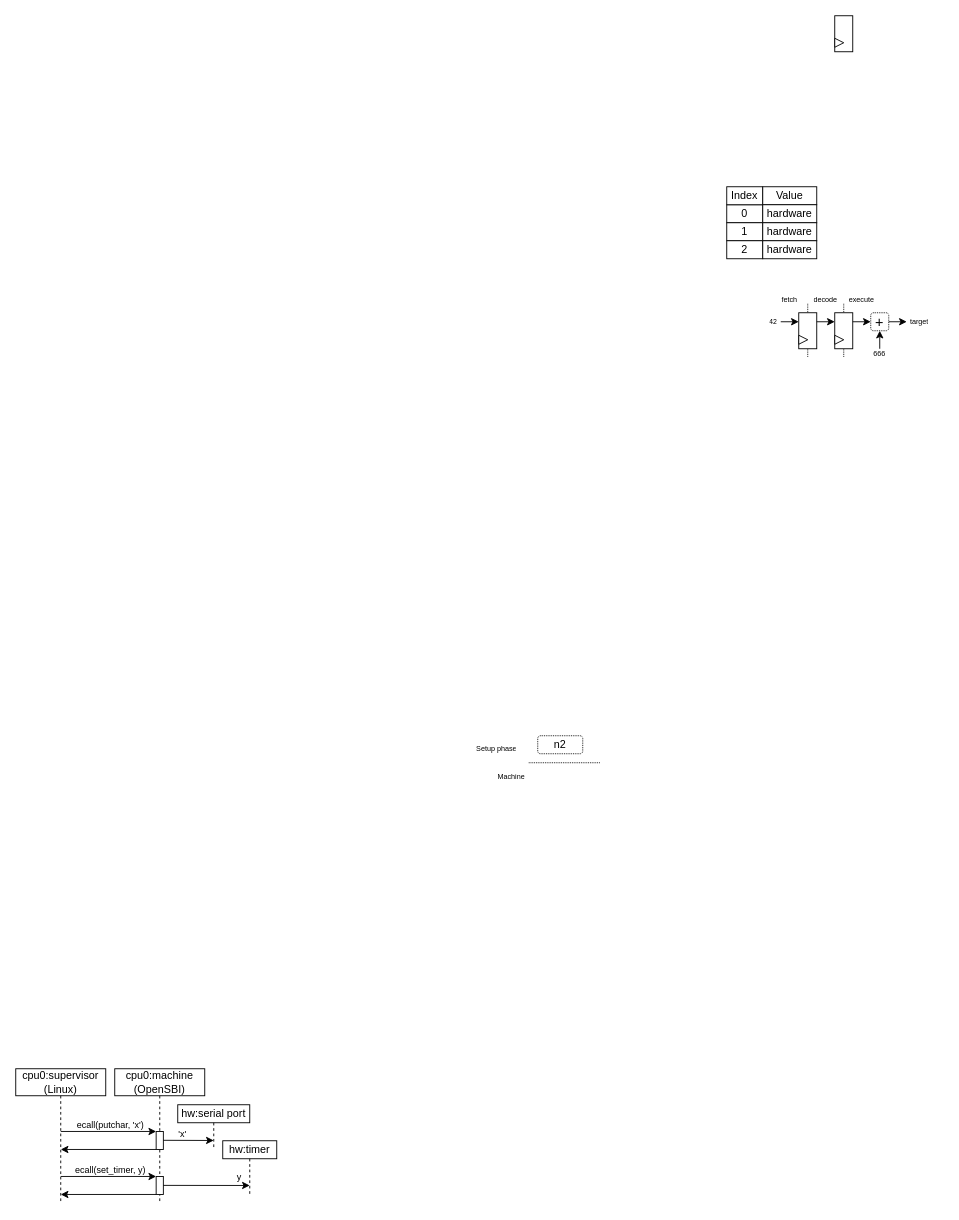
Before: page "Page-4" (4 of 4) of asset/diagram.drawio in SpinalHDL/SpinalDoc, a draw.io diagram. Source tidied: cells renumbered, new cells numbered last; positions are measured from the earlier drawing's top-left corner, leaving out a move shared by most shapes. Both pictures are drawn from the tidied source at 90%, with x=0, y=0 at pixel (15, 15).
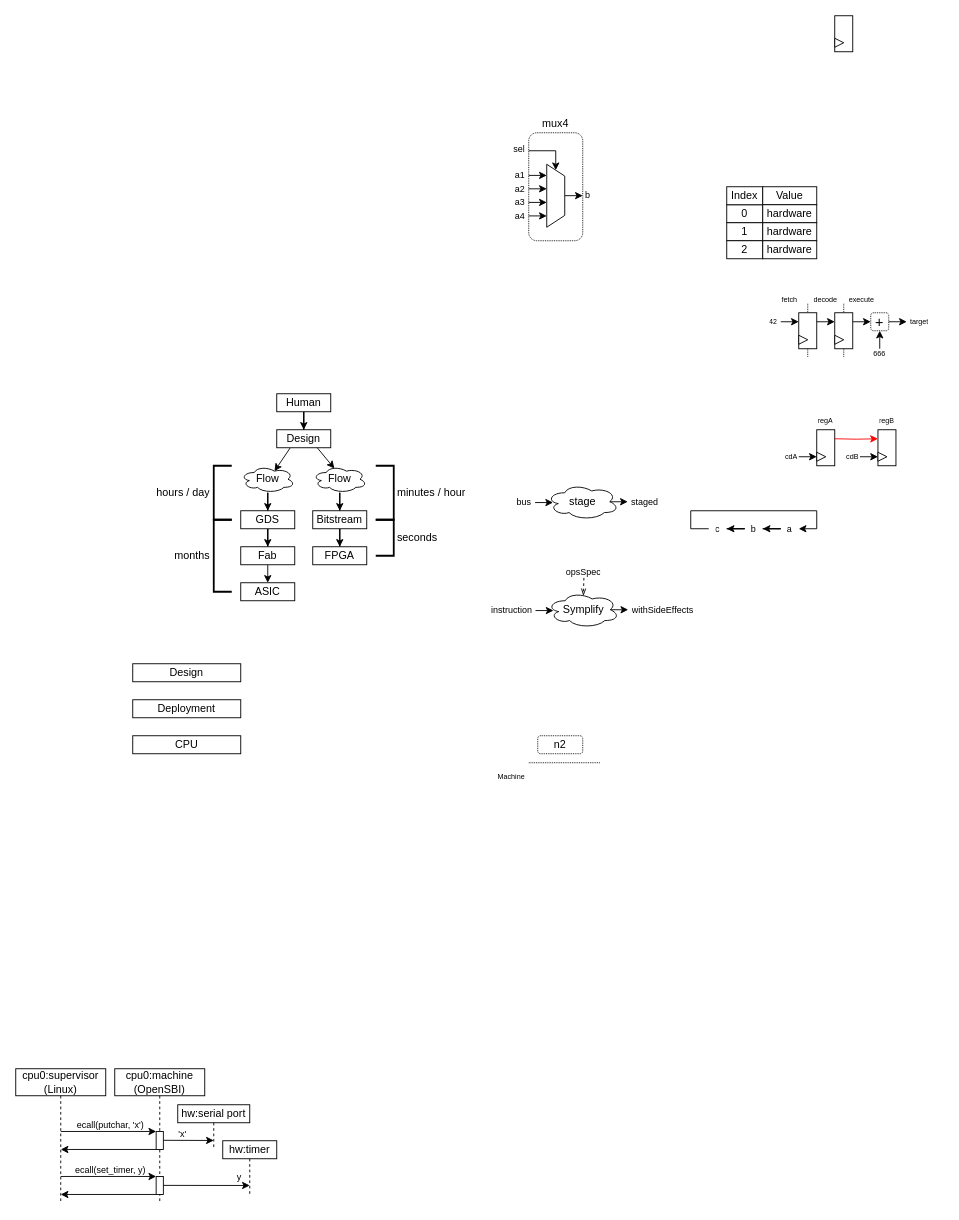
The same diagram, later.

Change to the diagram source:
```diff
@@
+    <mxCell id="53" style="rounded=1;whiteSpace=wrap;html=1;fontSize=8;strokeWidth=1;dashed=1;dashPattern=1 1;verticalAlign=middle;flipH=0;" parent="1" vertex="1">
+      <mxGeometry x="570" y="130" width="60" height="120" as="geometry" />
+    </mxCell>
@@
-    <mxCell id="4" value="Setup phase" style="text;strokeColor=none;fillColor=none;align=right;verticalAlign=middle;spacingLeft=4;spacingRight=4;overflow=hidden;dashed=1;html=1;fontSize=8;spacing=0;" parent="1" vertex="1">
-      <mxGeometry x="510" y="810" width="50" height="10" as="geometry" />
+    <mxCell id="4" value="hours / day" style="text;strokeColor=none;fillColor=none;align=right;verticalAlign=middle;spacingLeft=4;spacingRight=4;overflow=hidden;dashed=1;html=1;fontSize=12;spacing=0;" parent="1" vertex="1">
+      <mxGeometry x="140" y="520" width="80" height="20" as="geometry" />
     </mxCell>
@@
+    <mxCell id="54" style="verticalLabelPosition=middle;verticalAlign=middle;html=1;shape=trapezoid;perimeter=trapezoidPerimeter;whiteSpace=wrap;size=0.18750000000000006;arcSize=10;flipV=1;labelPosition=center;align=center;fontSize=8;rotation=-90;" parent="1" vertex="1">
+      <mxGeometry x="565" y="190" width="70" height="20" as="geometry" />
+    </mxCell>
+    <mxCell id="55" style="rounded=0;orthogonalLoop=1;jettySize=auto;html=1;" parent="1" edge="1">
+      <mxGeometry relative="1" as="geometry">
+        <mxPoint x="570" y="222.4" as="sourcePoint" />
+        <mxPoint x="590" y="222.4" as="targetPoint" />
+      </mxGeometry>
+    </mxCell>
+    <mxCell id="56" style="rounded=0;orthogonalLoop=1;jettySize=auto;html=1;" parent="1" edge="1">
+      <mxGeometry relative="1" as="geometry">
+        <mxPoint x="570" y="192.3" as="sourcePoint" />
+        <mxPoint x="590" y="192.3" as="targetPoint" />
+      </mxGeometry>
+    </mxCell>
+    <mxCell id="57" style="rounded=0;orthogonalLoop=1;jettySize=auto;html=1;" parent="1" edge="1">
+      <mxGeometry relative="1" as="geometry">
+        <mxPoint x="570" y="207.4" as="sourcePoint" />
+        <mxPoint x="590" y="207.4" as="targetPoint" />
+      </mxGeometry>
+    </mxCell>
+    <mxCell id="58" style="rounded=0;orthogonalLoop=1;jettySize=auto;html=1;" parent="1" edge="1">
+      <mxGeometry relative="1" as="geometry">
+        <mxPoint x="570" y="177.4" as="sourcePoint" />
+        <mxPoint x="590" y="177.4" as="targetPoint" />
+      </mxGeometry>
+    </mxCell>
+    <mxCell id="59" style="rounded=0;orthogonalLoop=1;jettySize=auto;html=1;" parent="1" edge="1">
+      <mxGeometry relative="1" as="geometry">
+        <mxPoint x="610" y="199.9" as="sourcePoint" />
+        <mxPoint x="630" y="199.9" as="targetPoint" />
+      </mxGeometry>
+    </mxCell>
+    <mxCell id="60" value="b" style="text;strokeColor=none;fillColor=none;align=left;verticalAlign=middle;spacingLeft=4;spacingRight=4;overflow=hidden;dashed=1;html=1;fontSize=10;spacing=0;" parent="1" vertex="1">
+      <mxGeometry x="629" y="191" width="40" height="15" as="geometry" />
+    </mxCell>
+    <mxCell id="61" value="a1" style="text;strokeColor=none;fillColor=none;align=right;verticalAlign=middle;spacingLeft=4;spacingRight=4;overflow=hidden;dashed=1;html=1;fontSize=10;spacing=0;" parent="1" vertex="1">
+      <mxGeometry x="530" y="169" width="40" height="15" as="geometry" />
+    </mxCell>
+    <mxCell id="62" value="a2" style="text;strokeColor=none;fillColor=none;align=right;verticalAlign=middle;spacingLeft=4;spacingRight=4;overflow=hidden;dashed=1;html=1;fontSize=10;spacing=0;" parent="1" vertex="1">
+      <mxGeometry x="530" y="184" width="40" height="15" as="geometry" />
+    </mxCell>
+    <mxCell id="63" value="a3" style="text;strokeColor=none;fillColor=none;align=right;verticalAlign=middle;spacingLeft=4;spacingRight=4;overflow=hidden;dashed=1;html=1;fontSize=10;spacing=0;" parent="1" vertex="1">
+      <mxGeometry x="530" y="199" width="40" height="15" as="geometry" />
+    </mxCell>
+    <mxCell id="64" value="a4" style="text;strokeColor=none;fillColor=none;align=right;verticalAlign=middle;spacingLeft=4;spacingRight=4;overflow=hidden;dashed=1;html=1;fontSize=10;spacing=0;" parent="1" vertex="1">
+      <mxGeometry x="530" y="214" width="40" height="15" as="geometry" />
+    </mxCell>
+    <mxCell id="65" style="rounded=0;jettySize=auto;html=1;entryX=1;entryY=0.5;entryDx=0;entryDy=0;edgeStyle=orthogonalEdgeStyle;" parent="1" edge="1" target="54">
+      <mxGeometry relative="1" as="geometry">
+        <mxPoint x="570" y="150" as="sourcePoint" />
+        <Array as="points">
+          <mxPoint x="570" y="150" />
+          <mxPoint x="600" y="150" />
+        </Array>
+      </mxGeometry>
+    </mxCell>
+    <mxCell id="66" value="sel" style="text;strokeColor=none;fillColor=none;align=right;verticalAlign=middle;spacingLeft=4;spacingRight=4;overflow=hidden;dashed=1;html=1;fontSize=10;spacing=0;" parent="1" vertex="1">
+      <mxGeometry x="530" y="140" width="40" height="15" as="geometry" />
+    </mxCell>
+    <mxCell id="67" value="mux4" style="text;strokeColor=none;fillColor=none;align=center;verticalAlign=middle;spacingLeft=4;spacingRight=4;overflow=hidden;dashed=1;html=1;fontSize=12;spacing=0;" parent="1" vertex="1">
+      <mxGeometry x="570" y="110" width="60" height="20" as="geometry" />
+    </mxCell>
+    <mxCell id="68" style="rounded=0;jettySize=auto;html=1;entryX=0.625;entryY=0.2;entryDx=0;entryDy=0;entryPerimeter=0;exitX=0.25;exitY=1;exitDx=0;exitDy=0;" parent="1" edge="1" source="69" target="77">
+      <mxGeometry relative="1" as="geometry" />
+    </mxCell>
+    <mxCell id="69" value="&lt;font style=&quot;font-size: 12px&quot;&gt;Design&lt;/font&gt;" style="rounded=0;whiteSpace=wrap;html=1;fontSize=8;" parent="1" vertex="1">
+      <mxGeometry x="290" y="460" width="60" height="20" as="geometry" />
+    </mxCell>
+    <mxCell id="70" style="edgeStyle=orthogonalEdgeStyle;rounded=0;jettySize=auto;html=1;entryX=0.5;entryY=0;entryDx=0;entryDy=0;" parent="1" edge="1" source="71" target="69">
+      <mxGeometry relative="1" as="geometry" />
+    </mxCell>
+    <mxCell id="71" value="&lt;font style=&quot;font-size: 12px&quot;&gt;Human&lt;/font&gt;" style="rounded=0;whiteSpace=wrap;html=1;fontSize=8;" parent="1" vertex="1">
+      <mxGeometry x="290" y="420" width="60" height="20" as="geometry" />
+    </mxCell>
+    <mxCell id="72" style="edgeStyle=orthogonalEdgeStyle;rounded=0;jettySize=auto;html=1;entryX=0.5;entryY=0;entryDx=0;entryDy=0;" parent="1" edge="1" source="73" target="82">
+      <mxGeometry relative="1" as="geometry" />
+    </mxCell>
+    <mxCell id="73" value="&lt;font style=&quot;font-size: 12px&quot;&gt;GDS&lt;/font&gt;" style="rounded=0;whiteSpace=wrap;html=1;fontSize=8;" parent="1" vertex="1">
+      <mxGeometry x="250" y="550" width="60" height="20" as="geometry" />
+    </mxCell>
+    <mxCell id="74" style="edgeStyle=orthogonalEdgeStyle;rounded=0;jettySize=auto;html=1;entryX=0.5;entryY=0;entryDx=0;entryDy=0;" parent="1" edge="1" source="75" target="84">
+      <mxGeometry relative="1" as="geometry" />
+    </mxCell>
+    <mxCell id="75" value="&lt;font style=&quot;font-size: 12px&quot;&gt;Bitstream&lt;/font&gt;" style="rounded=0;whiteSpace=wrap;html=1;fontSize=8;" parent="1" vertex="1">
+      <mxGeometry x="330" y="550" width="60" height="20" as="geometry" />
+    </mxCell>
+    <mxCell id="76" style="edgeStyle=orthogonalEdgeStyle;rounded=0;jettySize=auto;html=1;entryX=0.5;entryY=0;entryDx=0;entryDy=0;" parent="1" edge="1" source="77" target="73">
+      <mxGeometry relative="1" as="geometry" />
+    </mxCell>
+    <mxCell id="77" value="Flow" style="ellipse;shape=cloud;whiteSpace=wrap;html=1;" parent="1" vertex="1">
+      <mxGeometry x="250" y="500" width="60" height="30" as="geometry" />
+    </mxCell>
+    <mxCell id="78" style="edgeStyle=orthogonalEdgeStyle;rounded=0;jettySize=auto;html=1;entryX=0.5;entryY=0;entryDx=0;entryDy=0;" parent="1" edge="1" source="79" target="75">
+      <mxGeometry relative="1" as="geometry" />
+    </mxCell>
+    <mxCell id="79" value="Flow" style="ellipse;shape=cloud;whiteSpace=wrap;html=1;" parent="1" vertex="1">
+      <mxGeometry x="330" y="500" width="60" height="30" as="geometry" />
+    </mxCell>
+    <mxCell id="80" style="rounded=0;jettySize=auto;html=1;entryX=0.4;entryY=0.1;entryDx=0;entryDy=0;entryPerimeter=0;exitX=0.75;exitY=1;exitDx=0;exitDy=0;" parent="1" edge="1" source="69" target="79">
+      <mxGeometry relative="1" as="geometry" />
+    </mxCell>
+    <mxCell id="81" style="edgeStyle=orthogonalEdgeStyle;rounded=0;jettySize=auto;html=1;" parent="1" edge="1" source="82">
+      <mxGeometry relative="1" as="geometry">
+        <mxPoint x="280" y="630" as="targetPoint" />
+      </mxGeometry>
+    </mxCell>
+    <mxCell id="82" value="&lt;font style=&quot;font-size: 12px&quot;&gt;Fab&lt;/font&gt;" style="rounded=0;whiteSpace=wrap;html=1;fontSize=8;" parent="1" vertex="1">
+      <mxGeometry x="250" y="590" width="60" height="20" as="geometry" />
+    </mxCell>
+    <mxCell id="83" value="&lt;font style=&quot;font-size: 12px&quot;&gt;ASIC&lt;/font&gt;" style="rounded=0;whiteSpace=wrap;html=1;fontSize=8;" parent="1" vertex="1">
+      <mxGeometry x="250" y="630" width="60" height="20" as="geometry" />
+    </mxCell>
+    <mxCell id="84" value="&lt;font style=&quot;font-size: 12px&quot;&gt;FPGA&lt;/font&gt;" style="rounded=0;whiteSpace=wrap;html=1;fontSize=8;" parent="1" vertex="1">
+      <mxGeometry x="330" y="590" width="60" height="20" as="geometry" />
+    </mxCell>
+    <mxCell id="85" style="strokeWidth=2;html=1;shape=mxgraph.flowchart.annotation_1;align=left;" parent="1" vertex="1">
+      <mxGeometry x="220" y="500" width="20" height="60" as="geometry" />
+    </mxCell>
+    <mxCell id="86" style="strokeWidth=2;html=1;shape=mxgraph.flowchart.annotation_1;align=left;" parent="1" vertex="1">
+      <mxGeometry x="220" y="560" width="20" height="80" as="geometry" />
+    </mxCell>
+    <mxCell id="87" value="months" style="text;strokeColor=none;fillColor=none;align=right;verticalAlign=middle;spacingLeft=4;spacingRight=4;overflow=hidden;dashed=1;html=1;fontSize=12;spacing=0;" parent="1" vertex="1">
+      <mxGeometry x="140" y="590" width="80" height="20" as="geometry" />
+    </mxCell>
+    <mxCell id="88" style="strokeWidth=2;html=1;shape=mxgraph.flowchart.annotation_1;align=left;rotation=-180;" parent="1" vertex="1">
+      <mxGeometry x="400" y="500" width="20" height="60" as="geometry" />
+    </mxCell>
+    <mxCell id="89" value="minutes / hour" style="text;strokeColor=none;fillColor=none;align=left;verticalAlign=middle;spacingLeft=4;spacingRight=4;overflow=hidden;dashed=1;html=1;fontSize=12;spacing=0;" parent="1" vertex="1">
+      <mxGeometry x="420" y="520" width="90" height="20" as="geometry" />
+    </mxCell>
+    <mxCell id="90" style="strokeWidth=2;html=1;shape=mxgraph.flowchart.annotation_1;align=left;rotation=-180;" parent="1" vertex="1">
+      <mxGeometry x="400" y="560" width="20" height="40" as="geometry" />
+    </mxCell>
+    <mxCell id="91" value="seconds" style="text;strokeColor=none;fillColor=none;align=left;verticalAlign=middle;spacingLeft=4;spacingRight=4;overflow=hidden;dashed=1;html=1;fontSize=12;spacing=0;" parent="1" vertex="1">
+      <mxGeometry x="420" y="570" width="90" height="20" as="geometry" />
+    </mxCell>
+    <mxCell id="92" style="edgeStyle=orthogonalEdgeStyle;rounded=0;jettySize=auto;html=1;exitX=0.875;exitY=0.5;exitDx=0;exitDy=0;exitPerimeter=0;" parent="1" edge="1" source="93">
+      <mxGeometry relative="1" as="geometry">
+        <mxPoint x="680" y="540" as="targetPoint" />
+      </mxGeometry>
+    </mxCell>
+    <mxCell id="93" value="stage" style="ellipse;shape=cloud;whiteSpace=wrap;html=1;" parent="1" vertex="1">
+      <mxGeometry x="590" y="520" width="80" height="40" as="geometry" />
+    </mxCell>
+    <mxCell id="94" style="rounded=0;orthogonalLoop=1;jettySize=auto;html=1;" parent="1" edge="1">
+      <mxGeometry relative="1" as="geometry">
+        <mxPoint x="577" y="540.9" as="sourcePoint" />
+        <mxPoint x="597" y="540.9" as="targetPoint" />
+      </mxGeometry>
+    </mxCell>
+    <mxCell id="95" value="bus" style="text;strokeColor=none;fillColor=none;align=right;verticalAlign=middle;spacingLeft=4;spacingRight=4;overflow=hidden;dashed=1;html=1;fontSize=10;spacing=0;" parent="1" vertex="1">
+      <mxGeometry x="537" y="532.5" width="40" height="15" as="geometry" />
+    </mxCell>
+    <mxCell id="96" value="staged" style="text;strokeColor=none;fillColor=none;align=left;verticalAlign=middle;spacingLeft=4;spacingRight=4;overflow=hidden;dashed=1;html=1;fontSize=10;spacing=0;" parent="1" vertex="1">
+      <mxGeometry x="680" y="532.5" width="40" height="15" as="geometry" />
+    </mxCell>
+    <mxCell id="97" style="edgeStyle=orthogonalEdgeStyle;rounded=0;jettySize=auto;html=1;exitX=0.875;exitY=0.5;exitDx=0;exitDy=0;exitPerimeter=0;" parent="1" edge="1" source="98">
+      <mxGeometry relative="1" as="geometry">
+        <mxPoint x="680.5" y="660" as="targetPoint" />
+      </mxGeometry>
+    </mxCell>
+    <mxCell id="98" value="Symplify" style="ellipse;shape=cloud;whiteSpace=wrap;html=1;" parent="1" vertex="1">
+      <mxGeometry x="590.5" y="640" width="80" height="40" as="geometry" />
+    </mxCell>
+    <mxCell id="99" style="rounded=0;orthogonalLoop=1;jettySize=auto;html=1;" parent="1" edge="1">
+      <mxGeometry relative="1" as="geometry">
+        <mxPoint x="577.5" y="660.9" as="sourcePoint" />
+        <mxPoint x="597.5" y="660.9" as="targetPoint" />
+      </mxGeometry>
+    </mxCell>
+    <mxCell id="100" value="instruction" style="text;strokeColor=none;fillColor=none;align=right;verticalAlign=middle;spacingLeft=4;spacingRight=4;overflow=hidden;dashed=1;html=1;fontSize=10;spacing=0;" parent="1" vertex="1">
+      <mxGeometry x="500" y="652.5" width="77.5" height="15" as="geometry" />
+    </mxCell>
+    <mxCell id="101" value="withSideEffects" style="text;strokeColor=none;fillColor=none;align=left;verticalAlign=middle;spacingLeft=4;spacingRight=4;overflow=hidden;dashed=1;html=1;fontSize=10;spacing=0;" parent="1" vertex="1">
+      <mxGeometry x="680.5" y="652.5" width="80" height="15" as="geometry" />
+    </mxCell>
+    <mxCell id="102" value="opsSpec" style="text;strokeColor=none;fillColor=none;align=center;verticalAlign=middle;spacingLeft=4;spacingRight=4;overflow=hidden;points=[[0,0.5],[1,0.5]];portConstraint=eastwest;dashed=1;html=1;fontSize=10;spacing=0;" parent="1" vertex="1">
+      <mxGeometry x="600.5" y="610" width="60" height="15" as="geometry" />
+    </mxCell>
+    <mxCell id="103" style="edgeStyle=orthogonalEdgeStyle;rounded=0;jettySize=auto;html=1;exitX=0.513;exitY=0.971;exitDx=0;exitDy=0;exitPerimeter=0;entryX=0.503;entryY=0.113;entryDx=0;entryDy=0;entryPerimeter=0;dashed=1;endArrow=openThin;endFill=0;" parent="1" edge="1" source="102" target="98">
+      <mxGeometry relative="1" as="geometry" />
+    </mxCell>
+    <mxCell id="104" style="edgeStyle=orthogonalEdgeStyle;rounded=0;jettySize=auto;html=1;entryX=1;entryY=0.5;entryDx=0;entryDy=0;" parent="1" edge="1" source="105" target="107">
+      <mxGeometry relative="1" as="geometry" />
+    </mxCell>
+    <mxCell id="105" value="a" style="text;strokeColor=none;fillColor=none;align=center;verticalAlign=middle;spacingLeft=4;spacingRight=4;overflow=hidden;points=[[0,0.5],[1,0.5]];portConstraint=eastwest;dashed=1;html=1;fontSize=10;spacing=0;" parent="1" vertex="1">
+      <mxGeometry x="850" y="560" width="20" height="20" as="geometry" />
+    </mxCell>
+    <mxCell id="106" style="edgeStyle=orthogonalEdgeStyle;rounded=0;jettySize=auto;html=1;entryX=1;entryY=0.5;entryDx=0;entryDy=0;" parent="1" edge="1" source="107" target="109">
+      <mxGeometry relative="1" as="geometry" />
+    </mxCell>
+    <mxCell id="107" value="b" style="text;strokeColor=none;fillColor=none;align=center;verticalAlign=middle;spacingLeft=4;spacingRight=4;overflow=hidden;points=[[0,0.5],[1,0.5]];portConstraint=eastwest;dashed=1;html=1;fontSize=10;spacing=0;" parent="1" vertex="1">
+      <mxGeometry x="810" y="560" width="20" height="20" as="geometry" />
+    </mxCell>
+    <mxCell id="108" style="edgeStyle=orthogonalEdgeStyle;rounded=0;jettySize=auto;html=1;entryX=1;entryY=0.5;entryDx=0;entryDy=0;" parent="1" edge="1" source="109" target="105">
+      <mxGeometry relative="1" as="geometry">
+        <Array as="points">
+          <mxPoint x="750" y="570" />
+          <mxPoint x="750" y="550" />
+          <mxPoint x="890" y="550" />
+          <mxPoint x="890" y="570" />
+        </Array>
+      </mxGeometry>
+    </mxCell>
+    <mxCell id="109" value="c" style="text;strokeColor=none;fillColor=none;align=center;verticalAlign=middle;spacingLeft=4;spacingRight=4;overflow=hidden;points=[[0,0.5],[1,0.5]];portConstraint=eastwest;dashed=1;html=1;fontSize=10;spacing=0;" parent="1" vertex="1">
+      <mxGeometry x="770" y="560" width="20" height="20" as="geometry" />
+    </mxCell>
+    <mxCell id="110" style="group;" parent="1" vertex="1">
+      <mxGeometry x="890" y="460" width="20" height="40" as="geometry" />
+    </mxCell>
+    <mxCell id="111" style="rounded=0;whiteSpace=wrap;html=1;" parent="110" vertex="1">
+      <mxGeometry width="20" height="40" as="geometry" />
+    </mxCell>
+    <mxCell id="112" style="triangle;whiteSpace=wrap;html=1;rotation=0;" parent="110" vertex="1">
+      <mxGeometry y="25" width="10" height="10" as="geometry" />
+    </mxCell>
+    <mxCell id="113" style="edgeStyle=orthogonalEdgeStyle;rounded=0;orthogonalLoop=1;jettySize=auto;html=1;" parent="1" edge="1">
+      <mxGeometry relative="1" as="geometry">
+        <mxPoint x="870" y="490" as="sourcePoint" />
+        <mxPoint x="890" y="490" as="targetPoint" />
+      </mxGeometry>
+    </mxCell>
+    <mxCell id="114" value="cdA" style="text;strokeColor=none;fillColor=none;align=center;verticalAlign=middle;spacingLeft=4;spacingRight=4;overflow=hidden;dashed=1;html=1;fontSize=8;spacing=0;" parent="1" vertex="1">
+      <mxGeometry x="842" y="480" width="40" height="20" as="geometry" />
+    </mxCell>
+    <mxCell id="115" value="regA" style="text;strokeColor=none;fillColor=none;align=center;verticalAlign=middle;spacingLeft=4;spacingRight=4;overflow=hidden;dashed=1;html=1;fontSize=8;spacing=0;" parent="1" vertex="1">
+      <mxGeometry x="880" y="440" width="40" height="20" as="geometry" />
+    </mxCell>
+    <mxCell id="116" style="group;" parent="1" vertex="1">
+      <mxGeometry x="958" y="460" width="20" height="40" as="geometry" />
+    </mxCell>
+    <mxCell id="117" style="rounded=0;whiteSpace=wrap;html=1;" parent="116" vertex="1">
+      <mxGeometry width="20" height="40" as="geometry" />
+    </mxCell>
+    <mxCell id="118" style="triangle;whiteSpace=wrap;html=1;rotation=0;" parent="116" vertex="1">
+      <mxGeometry y="25" width="10" height="10" as="geometry" />
+    </mxCell>
+    <mxCell id="119" style="edgeStyle=orthogonalEdgeStyle;rounded=0;orthogonalLoop=1;jettySize=auto;html=1;" parent="1" edge="1">
+      <mxGeometry relative="1" as="geometry">
+        <mxPoint x="938" y="490" as="sourcePoint" />
+        <mxPoint x="958" y="490" as="targetPoint" />
+      </mxGeometry>
+    </mxCell>
+    <mxCell id="120" value="cdB" style="text;strokeColor=none;fillColor=none;align=center;verticalAlign=middle;spacingLeft=4;spacingRight=4;overflow=hidden;dashed=1;html=1;fontSize=8;spacing=0;" parent="1" vertex="1">
+      <mxGeometry x="910" y="480" width="40" height="20" as="geometry" />
+    </mxCell>
+    <mxCell id="121" value="regB" style="text;strokeColor=none;fillColor=none;align=center;verticalAlign=middle;spacingLeft=4;spacingRight=4;overflow=hidden;dashed=1;html=1;fontSize=8;spacing=0;" parent="1" vertex="1">
+      <mxGeometry x="948" y="440" width="40" height="20" as="geometry" />
+    </mxCell>
+    <mxCell id="122" style="edgeStyle=orthogonalEdgeStyle;rounded=0;jettySize=auto;html=1;entryX=0;entryY=0.25;entryDx=0;entryDy=0;strokeColor=#FF0303;" parent="1" edge="1" target="117">
+      <mxGeometry relative="1" as="geometry">
+        <mxPoint x="910" y="470" as="sourcePoint" />
+      </mxGeometry>
+    </mxCell>
+    <mxCell id="123" value="&lt;font style=&quot;font-size: 12px&quot;&gt;Design&lt;/font&gt;" style="rounded=0;whiteSpace=wrap;html=1;fontSize=8;" parent="1" vertex="1">
+      <mxGeometry x="130" y="720" width="120" height="20" as="geometry" />
+    </mxCell>
+    <mxCell id="124" value="&lt;font style=&quot;font-size: 12px&quot;&gt;Deployment&lt;/font&gt;" style="rounded=0;whiteSpace=wrap;html=1;fontSize=8;" parent="1" vertex="1">
+      <mxGeometry x="130" y="760" width="120" height="20" as="geometry" />
+    </mxCell>
+    <mxCell id="125" value="&lt;font style=&quot;font-size: 12px&quot;&gt;CPU&lt;/font&gt;" style="rounded=0;whiteSpace=wrap;html=1;fontSize=8;" parent="1" vertex="1">
+      <mxGeometry x="130" y="800" width="120" height="20" as="geometry" />
+    </mxCell>
```
